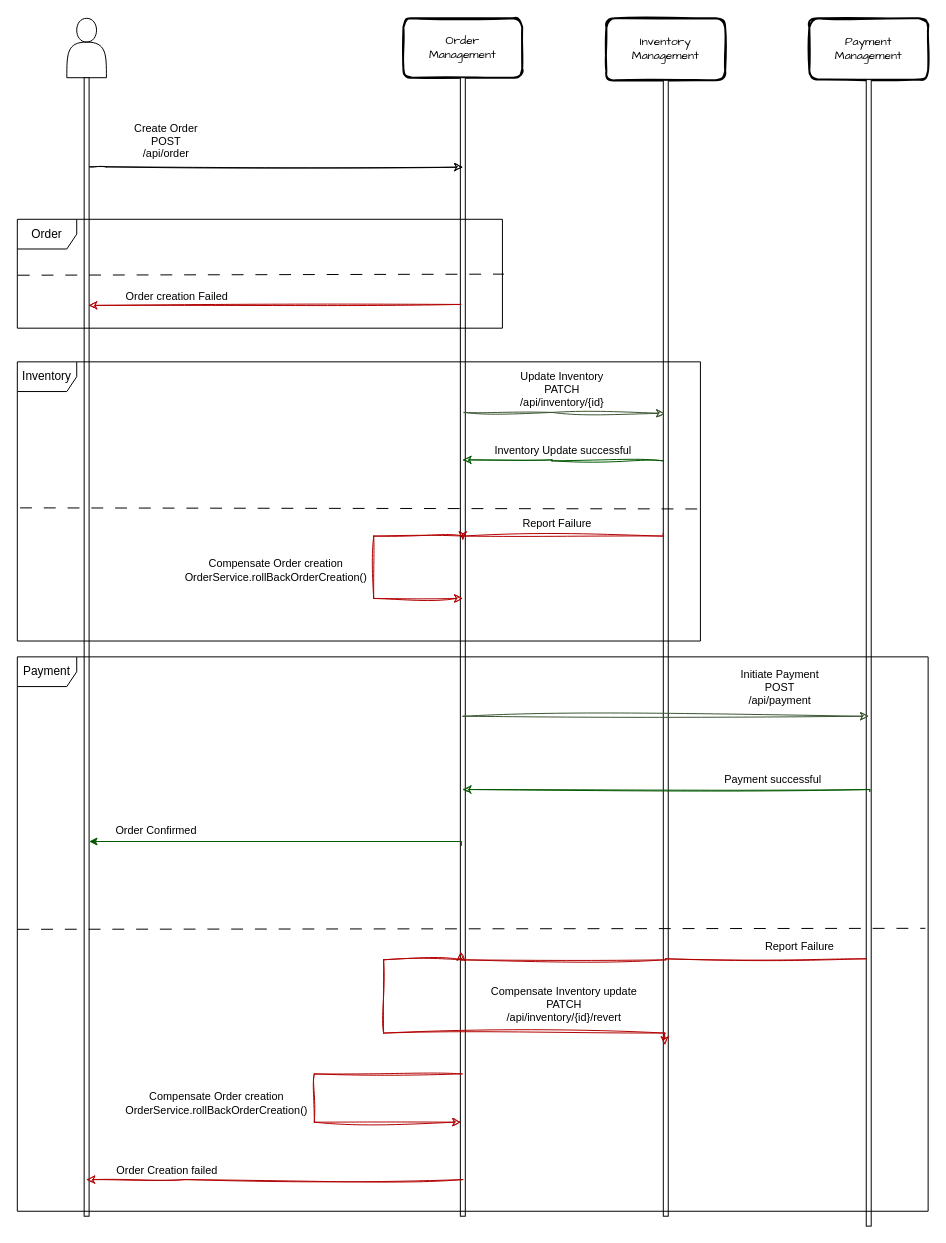
This is page "Page-2" (2 of 2) of Mini-E-Commerce-transaction-management/Mini-ecommerce-sequence-diag.drawio from ramakrishna-g1/springboot-aws-lab, a draw.io file, before an edit. Source tidied: cells renumbered, new cells numbered last; positions are measured from the earlier drawing's top-left corner, leaving out a move shared by most shapes. Both pictures are drawn from the tidied source at 99%, with x=0, y=0 at pixel (17, 18).
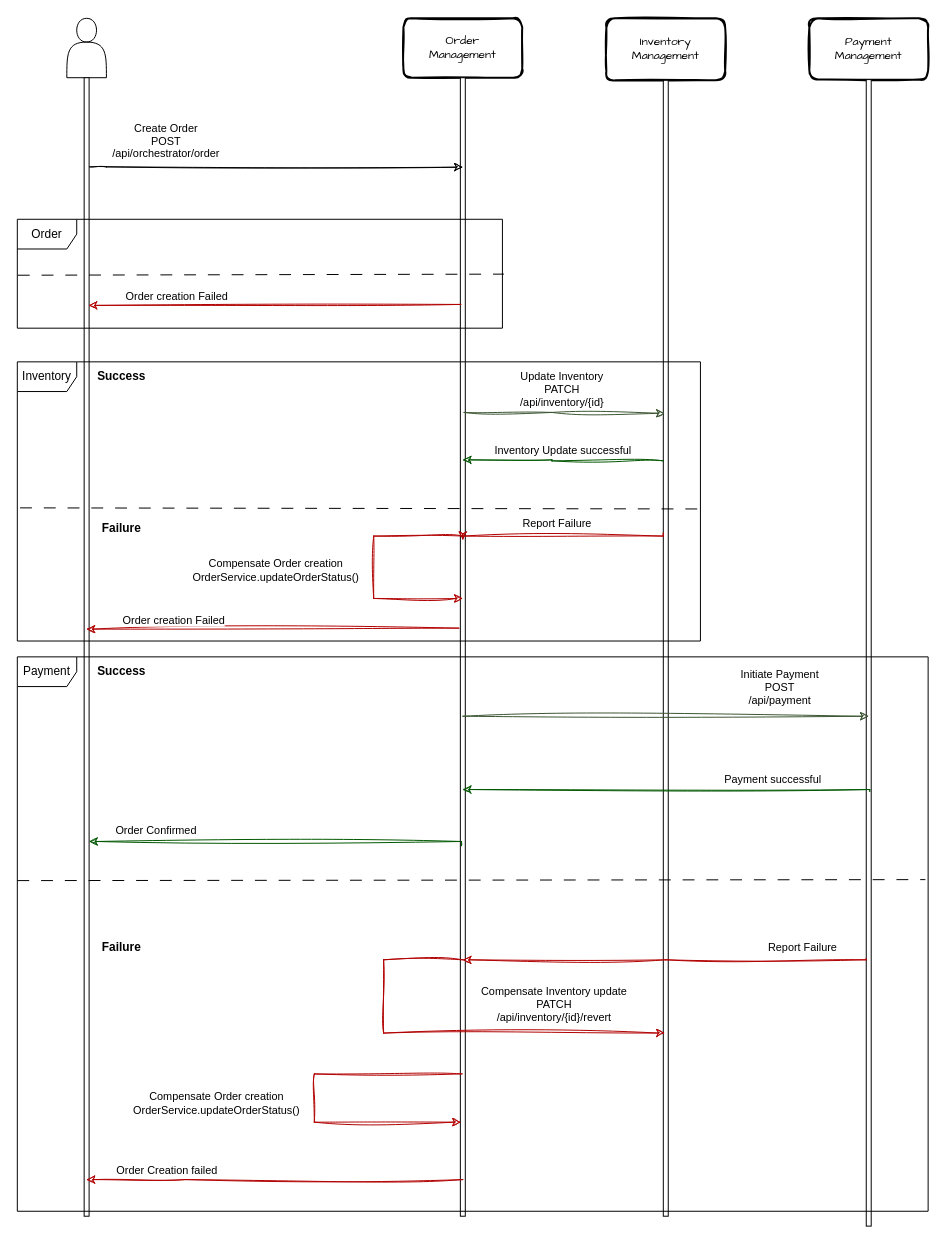
The same page after the edit.

Commit message (it also covers changes not shown here):
Update: added sequnce diagram and updated sections of Readme.md

The change refers to these unchanged cells:
```xml
<mxCell id="4" style="rounded=0;whiteSpace=wrap;html=1;" parent="2" vertex="1">
  <mxGeometry x="57.5" y="60" width="5" height="1150" as="geometry" />
</mxCell>
<mxCell id="22" style="edgeStyle=orthogonalEdgeStyle;rounded=0;orthogonalLoop=1;jettySize=auto;html=1;sketch=1;curveFitting=1;jiggle=2;entryX=0.5;entryY=0.029;entryDx=0;entryDy=0;entryPerimeter=0;" parent="1" edge="1">
  <mxGeometry relative="1" as="geometry">
    <mxPoint x="73" y="150" as="sourcePoint" />
    <mxPoint x="450" y="150.4" as="targetPoint" />
    <Array as="points">
      <mxPoint x="90" y="151" />
    </Array>
  </mxGeometry>
</mxCell>
<mxCell id="24" style="edgeStyle=orthogonalEdgeStyle;rounded=0;orthogonalLoop=1;jettySize=auto;html=1;fillColor=#e51400;strokeColor=#B20000;sketch=1;curveFitting=1;jiggle=2;" parent="1" edge="1">
  <mxGeometry relative="1" as="geometry">
    <mxPoint x="450" y="523" as="sourcePoint" />
    <mxPoint x="450" y="586" as="targetPoint" />
    <Array as="points">
      <mxPoint x="360" y="523" />
      <mxPoint x="360" y="586" />
    </Array>
  </mxGeometry>
</mxCell>
<mxCell id="36" style="edgeStyle=orthogonalEdgeStyle;rounded=0;jettySize=auto;html=1;exitX=0.357;exitY=0.875;exitDx=0;exitDy=0;exitPerimeter=0;fillColor=#e51400;strokeColor=#B20000;sketch=1;curveFitting=1;jiggle=2;" parent="1" edge="1" source="4">
  <mxGeometry relative="1" as="geometry">
    <mxPoint x="448" y="1115" as="targetPoint" />
    <Array as="points">
      <mxPoint x="300" y="1066" />
      <mxPoint x="300" y="1115" />
    </Array>
  </mxGeometry>
</mxCell>
```

Change to the diagram source:
```diff
@@
-    <mxCell id="20" style="edgeStyle=orthogonalEdgeStyle;rounded=0;jettySize=auto;html=1;sketch=1;curveFitting=1;jiggle=2;fillColor=#e51400;strokeColor=#B20000;entryX=0.103;entryY=0.768;entryDx=0;entryDy=0;entryPerimeter=0;" parent="1" edge="1" target="4">
+    <mxCell id="20" style="edgeStyle=orthogonalEdgeStyle;rounded=0;orthogonalLoop=1;jettySize=auto;html=1;sketch=1;curveFitting=1;jiggle=2;fillColor=#e51400;strokeColor=#B20000;" parent="1" edge="1">
       <mxGeometry relative="1" as="geometry">
         <mxPoint x="857.5" y="950" as="sourcePoint" />
+        <mxPoint x="450" y="951" as="targetPoint" />
         <Array as="points">
           <mxPoint x="655" y="951" />
           <mxPoint x="448" y="951" />
         </Array>
       </mxGeometry>
     </mxCell>
@@
-    <mxCell id="23" value="Create Order&lt;br&gt;POST&lt;br&gt;/api/order" style="edgeLabel;html=1;align=center;verticalAlign=middle;" parent="22" vertex="1">
+    <mxCell id="23" value="Create Order&lt;br&gt;POST&lt;br&gt;/api/orchestrator/order" style="edgeLabel;html=1;align=center;verticalAlign=middle;" parent="22" vertex="1">
       <mxGeometry x="-0.14" y="-1" relative="1" as="geometry">
         <mxPoint x="-85" y="-28" as="offset" />
       </mxGeometry>
     </mxCell>
@@
-    <mxCell id="25" value="Compensate Order creation&lt;br&gt;OrderService.rollBackOrderCreation()" style="edgeLabel;html=1;align=center;verticalAlign=middle;" parent="24" vertex="1">
+    <mxCell id="25" value="Compensate Order creation&lt;br&gt;OrderService.updateOrderStatus()" style="edgeLabel;html=1;align=center;verticalAlign=middle;" parent="24" vertex="1">
       <mxGeometry x="0.43" y="1" relative="1" as="geometry">
         <mxPoint x="-121" y="-28" as="offset" />
       </mxGeometry>
     </mxCell>
@@
     <mxCell id="30" style="edgeStyle=orthogonalEdgeStyle;rounded=0;orthogonalLoop=1;jettySize=auto;html=1;fillColor=#e51400;strokeColor=#B20000;sketch=1;curveFitting=1;jiggle=2;" parent="1" edge="1">
       <mxGeometry relative="1" as="geometry">
         <mxPoint x="450" y="951" as="sourcePoint" />
-        <mxPoint x="654" y="1037" as="targetPoint" />
+        <mxPoint x="654" y="1025" as="targetPoint" />
         <Array as="points">
           <mxPoint x="370" y="951" />
           <mxPoint x="370" y="1025" />
           <mxPoint x="654" y="1025" />
         </Array>
       </mxGeometry>
     </mxCell>
@@
-    <mxCell id="34" style="edgeStyle=orthogonalEdgeStyle;rounded=0;orthogonalLoop=1;jettySize=auto;html=1;exitX=0.218;exitY=0.732;exitDx=0;exitDy=0;fillColor=#008a00;strokeColor=#005700;entryX=1;entryY=0.75;entryDx=0;entryDy=0;exitPerimeter=0;" parent="1" edge="1">
+    <mxCell id="34" style="edgeStyle=orthogonalEdgeStyle;rounded=0;orthogonalLoop=1;jettySize=auto;html=1;exitX=0.218;exitY=0.732;exitDx=0;exitDy=0;fillColor=#008a00;strokeColor=#005700;entryX=1;entryY=0.75;entryDx=0;entryDy=0;exitPerimeter=0;sketch=1;curveFitting=1;jiggle=2;" parent="1" edge="1">
       <mxGeometry relative="1" as="geometry">
         <mxPoint x="448.6" y="835.8" as="sourcePoint" />
         <mxPoint x="72.5" y="831.5" as="targetPoint" />
         <Array as="points">
           <mxPoint x="449" y="832" />
         </Array>
       </mxGeometry>
     </mxCell>
@@
-    <mxCell id="38" value="Compensate Order creation&lt;br&gt;OrderService.rollBackOrderCreation()" style="edgeLabel;html=1;align=center;verticalAlign=middle;" parent="36" vertex="1">
+    <mxCell id="38" value="Compensate Order creation&lt;br&gt;OrderService.updateOrderStatus()" style="edgeLabel;html=1;align=center;verticalAlign=middle;" parent="36" vertex="1">
       <mxGeometry x="0.46" y="4" relative="1" as="geometry">
         <mxPoint x="-155" y="-16" as="offset" />
       </mxGeometry>
     </mxCell>
@@
     <mxCell id="44" style="endArrow=none;dashed=1;html=1;rounded=0;exitX=0;exitY=0.578;exitDx=0;exitDy=0;exitPerimeter=0;entryX=0.997;entryY=0.576;entryDx=0;entryDy=0;entryPerimeter=0;dashPattern=12 12;" parent="1" edge="1">
       <mxGeometry relative="1" as="geometry">
-        <mxPoint y="920.2" as="sourcePoint" />
-        <mxPoint x="917.2" y="919.2" as="targetPoint" />
+        <mxPoint y="871" as="sourcePoint" />
+        <mxPoint x="917.2" y="870" as="targetPoint" />
       </mxGeometry>
     </mxCell>
@@
+    <mxCell id="47" value="Success" style="text;html=1;align=center;verticalAlign=middle;strokeColor=none;fillColor=none;fontStyle=1;" parent="1" vertex="1">
+      <mxGeometry x="70" y="347" width="70" height="30" as="geometry" />
+    </mxCell>
+    <mxCell id="48" value="Failure" style="text;html=1;align=center;verticalAlign=middle;strokeColor=none;fillColor=none;fontStyle=1;" parent="1" vertex="1">
+      <mxGeometry x="75" y="500" width="60" height="30" as="geometry" />
+    </mxCell>
+    <mxCell id="49" value="Success" style="text;html=1;align=center;verticalAlign=middle;strokeColor=none;fillColor=none;fontStyle=1;" parent="1" vertex="1">
+      <mxGeometry x="70" y="645" width="70" height="30" as="geometry" />
+    </mxCell>
+    <mxCell id="50" value="Failure" style="text;html=1;align=center;verticalAlign=middle;strokeColor=none;fillColor=none;fontStyle=1;" parent="1" vertex="1">
+      <mxGeometry x="75" y="924" width="60" height="30" as="geometry" />
+    </mxCell>
+    <mxCell id="51" style="edgeStyle=orthogonalEdgeStyle;rounded=0;orthogonalLoop=1;jettySize=auto;html=1;entryX=0.924;entryY=0.2;entryDx=0;entryDy=0;entryPerimeter=0;fillColor=#e51400;strokeColor=#B20000;sketch=1;curveFitting=1;jiggle=2;" parent="1" edge="1">
+      <mxGeometry relative="1" as="geometry">
+        <mxPoint x="446" y="616" as="sourcePoint" />
+        <mxPoint x="70" y="617" as="targetPoint" />
+        <Array as="points">
+          <mxPoint x="70" y="616" />
+        </Array>
+      </mxGeometry>
+    </mxCell>
+    <mxCell id="52" value="Order creation Failed" style="edgeLabel;html=1;align=center;verticalAlign=middle;" parent="51" vertex="1">
+      <mxGeometry x="0.04" y="-2" relative="1" as="geometry">
+        <mxPoint x="-92" y="-7" as="offset" />
+      </mxGeometry>
+    </mxCell>
```
